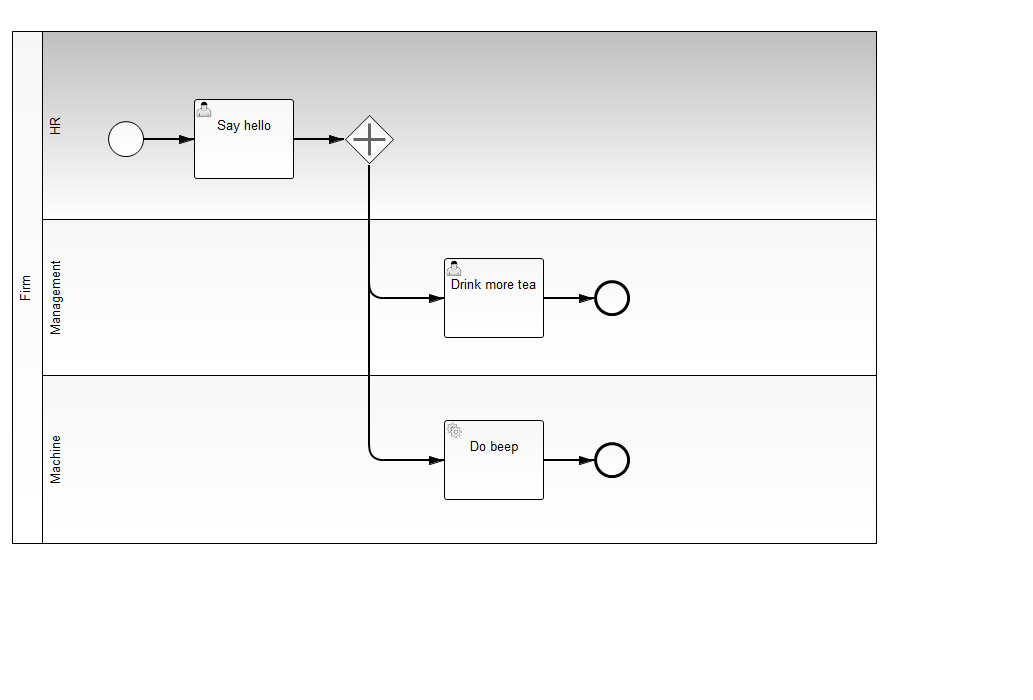
gheddie/camunda_bpm_test keeps this BPMN diagram as bpm-process-ref/src/main/resources/VerySimpleProcess.png. Above is the earlier version. Its source is kept beside it as bpm-process-ref/src/main/resources/VerySimpleProcess.bpmn. Ids are renumbered. Source of this version:
```xml
<bpmn2:definitions xmlns:xsi="http://www.w3.org/2001/XMLSchema-instance" xmlns:bpmn2="http://www.omg.org/spec/BPMN/20100524/MODEL" xmlns:bpmndi="http://www.omg.org/spec/BPMN/20100524/DI" xmlns:camunda="http://activiti.org/bpmn" xmlns:dc="http://www.omg.org/spec/DD/20100524/DC" xmlns:di="http://www.omg.org/spec/DD/20100524/DI" xsi:schemaLocation="http://www.omg.org/spec/BPMN/20100524/MODEL BPMN20.xsd" id="_J67wwKXKEeOsd9yv9G5jKQ" targetNamespace="http://activiti.org/bpmn">
  <bpmn2:collaboration id="_Collaboration_2">
    <bpmn2:participant id="_Participant_2" name="Firm" processRef="verySimpleProcess"/>
  </bpmn2:collaboration>
  <bpmn2:process id="verySimpleProcess" name="Very simple process" isExecutable="true">
    <bpmn2:laneSet id="LaneSet_1" name="Lane Set 1">
      <bpmn2:lane id="Lane_1" name="HR">
        <bpmn2:flowNodeRef>StartEvent_1</bpmn2:flowNodeRef>
        <bpmn2:flowNodeRef>UserTask_1</bpmn2:flowNodeRef>
        <bpmn2:flowNodeRef>ParallelGateway_1</bpmn2:flowNodeRef>
      </bpmn2:lane>
      <bpmn2:lane id="Lane_2" name="Management">
        <bpmn2:flowNodeRef>UserTask_2</bpmn2:flowNodeRef>
        <bpmn2:flowNodeRef>EndEvent_1</bpmn2:flowNodeRef>
      </bpmn2:lane>
      <bpmn2:lane id="Lane_3" name="Machine">
        <bpmn2:flowNodeRef>ServiceTask_2</bpmn2:flowNodeRef>
        <bpmn2:flowNodeRef>EndEvent_2</bpmn2:flowNodeRef>
      </bpmn2:lane>
    </bpmn2:laneSet>
    <bpmn2:startEvent id="StartEvent_1">
      <bpmn2:outgoing>SequenceFlow_1</bpmn2:outgoing>
    </bpmn2:startEvent>
    <bpmn2:userTask id="UserTask_1" camunda:candidateGroups="humanResources" name="Say hello">
      <bpmn2:incoming>SequenceFlow_1</bpmn2:incoming>
      <bpmn2:outgoing>SequenceFlow_3</bpmn2:outgoing>
    </bpmn2:userTask>
    <bpmn2:sequenceFlow id="SequenceFlow_1" name="" sourceRef="StartEvent_1" targetRef="UserTask_1"/>
    <bpmn2:parallelGateway id="ParallelGateway_1">
      <bpmn2:incoming>SequenceFlow_3</bpmn2:incoming>
      <bpmn2:outgoing>SequenceFlow_4</bpmn2:outgoing>
      <bpmn2:outgoing>SequenceFlow_5</bpmn2:outgoing>
    </bpmn2:parallelGateway>
    <bpmn2:sequenceFlow id="SequenceFlow_3" name="" sourceRef="UserTask_1" targetRef="ParallelGateway_1"/>
    <bpmn2:sequenceFlow id="SequenceFlow_4" name="" sourceRef="ParallelGateway_1" targetRef="ServiceTask_2"/>
    <bpmn2:serviceTask id="ServiceTask_2" camunda:class="de.gravitex.bpmtest.processref.delegate.BeepDelegate" name="Do beep">
      <bpmn2:incoming>SequenceFlow_4</bpmn2:incoming>
      <bpmn2:outgoing>SequenceFlow_2</bpmn2:outgoing>
    </bpmn2:serviceTask>
    <bpmn2:sequenceFlow id="SequenceFlow_5" name="" sourceRef="ParallelGateway_1" targetRef="UserTask_2"/>
    <bpmn2:userTask id="UserTask_2" camunda:candidateGroups="management" name="Drink more tea">
      <bpmn2:incoming>SequenceFlow_5</bpmn2:incoming>
      <bpmn2:outgoing>SequenceFlow_6</bpmn2:outgoing>
    </bpmn2:userTask>
    <bpmn2:endEvent id="EndEvent_1">
      <bpmn2:incoming>SequenceFlow_6</bpmn2:incoming>
    </bpmn2:endEvent>
    <bpmn2:sequenceFlow id="SequenceFlow_6" name="" sourceRef="UserTask_2" targetRef="EndEvent_1"/>
    <bpmn2:endEvent id="EndEvent_2">
      <bpmn2:incoming>SequenceFlow_2</bpmn2:incoming>
    </bpmn2:endEvent>
    <bpmn2:sequenceFlow id="SequenceFlow_2" name="" sourceRef="ServiceTask_2" targetRef="EndEvent_2"/>
  </bpmn2:process>
  <bpmndi:BPMNDiagram id="BPMNDiagram_1">
    <bpmndi:BPMNPlane id="BPMNPlane_1" bpmnElement="_Collaboration_2">
      <bpmndi:BPMNShape id="_BPMNShape_Participant_2" bpmnElement="_Participant_2" isHorizontal="true">
        <dc:Bounds height="513.0" width="865.0" x="12.0" y="0.0"/>
      </bpmndi:BPMNShape>
      <bpmndi:BPMNShape id="_BPMNShape_Lane_2" bpmnElement="Lane_1" isHorizontal="true">
        <dc:Bounds height="189.0" width="835.0" x="42.0" y="0.0"/>
      </bpmndi:BPMNShape>
      <bpmndi:BPMNShape id="_BPMNShape_Lane_3" bpmnElement="Lane_2" isHorizontal="true">
        <dc:Bounds height="157.0" width="835.0" x="42.0" y="188.0"/>
      </bpmndi:BPMNShape>
      <bpmndi:BPMNShape id="_BPMNShape_StartEvent_2" bpmnElement="StartEvent_1">
        <dc:Bounds height="36.0" width="36.0" x="108.0" y="90.0"/>
        <bpmndi:BPMNLabel>
          <dc:Bounds height="0.0" width="0.0" x="126.0" y="131.0"/>
        </bpmndi:BPMNLabel>
      </bpmndi:BPMNShape>
      <bpmndi:BPMNShape id="_BPMNShape_UserTask_2" bpmnElement="UserTask_1">
        <dc:Bounds height="80.0" width="100.0" x="194.0" y="68.0"/>
      </bpmndi:BPMNShape>
      <bpmndi:BPMNEdge id="BPMNEdge_SequenceFlow_1" bpmnElement="SequenceFlow_1" sourceElement="_BPMNShape_StartEvent_2" targetElement="_BPMNShape_UserTask_2">
        <di:waypoint xsi:type="dc:Point" x="144.0" y="108.0"/>
        <di:waypoint xsi:type="dc:Point" x="194.0" y="108.0"/>
        <bpmndi:BPMNLabel>
          <dc:Bounds height="6.0" width="6.0" x="166.0" y="108.0"/>
        </bpmndi:BPMNLabel>
      </bpmndi:BPMNEdge>
      <bpmndi:BPMNShape id="_BPMNShape_Lane_4" bpmnElement="Lane_3" isHorizontal="true">
        <dc:Bounds height="169.0" width="835.0" x="42.0" y="344.0"/>
      </bpmndi:BPMNShape>
      <bpmndi:BPMNShape id="_BPMNShape_ParallelGateway_2" bpmnElement="ParallelGateway_1">
        <dc:Bounds height="50.0" width="50.0" x="344.0" y="83.0"/>
      </bpmndi:BPMNShape>
      <bpmndi:BPMNEdge id="BPMNEdge_SequenceFlow_3" bpmnElement="SequenceFlow_3" sourceElement="_BPMNShape_UserTask_2" targetElement="_BPMNShape_ParallelGateway_2">
        <di:waypoint xsi:type="dc:Point" x="294.0" y="108.0"/>
        <di:waypoint xsi:type="dc:Point" x="344.0" y="108.0"/>
      </bpmndi:BPMNEdge>
      <bpmndi:BPMNShape id="_BPMNShape_ServiceTask_3" bpmnElement="ServiceTask_2">
        <dc:Bounds height="80.0" width="100.0" x="444.0" y="389.0"/>
      </bpmndi:BPMNShape>
      <bpmndi:BPMNEdge id="BPMNEdge_SequenceFlow_4" bpmnElement="SequenceFlow_4" sourceElement="_BPMNShape_ParallelGateway_2" targetElement="_BPMNShape_ServiceTask_3">
        <di:waypoint xsi:type="dc:Point" x="369.0" y="133.0"/>
        <di:waypoint xsi:type="dc:Point" x="369.0" y="429.0"/>
        <di:waypoint xsi:type="dc:Point" x="444.0" y="429.0"/>
        <bpmndi:BPMNLabel>
          <dc:Bounds height="6.0" width="6.0" x="366.0" y="158.0"/>
        </bpmndi:BPMNLabel>
      </bpmndi:BPMNEdge>
      <bpmndi:BPMNShape id="_BPMNShape_UserTask_3" bpmnElement="UserTask_2">
        <dc:Bounds height="80.0" width="100.0" x="444.0" y="227.0"/>
      </bpmndi:BPMNShape>
      <bpmndi:BPMNEdge id="BPMNEdge_SequenceFlow_5" bpmnElement="SequenceFlow_5" sourceElement="_BPMNShape_ParallelGateway_2" targetElement="_BPMNShape_UserTask_3">
        <di:waypoint xsi:type="dc:Point" x="369.0" y="133.0"/>
        <di:waypoint xsi:type="dc:Point" x="369.0" y="267.0"/>
        <di:waypoint xsi:type="dc:Point" x="444.0" y="267.0"/>
        <bpmndi:BPMNLabel>
          <dc:Bounds height="6.0" width="6.0" x="366.0" y="158.0"/>
        </bpmndi:BPMNLabel>
      </bpmndi:BPMNEdge>
      <bpmndi:BPMNShape id="_BPMNShape_EndEvent_2" bpmnElement="EndEvent_1">
        <dc:Bounds height="36.0" width="36.0" x="594.0" y="249.0"/>
      </bpmndi:BPMNShape>
      <bpmndi:BPMNEdge id="BPMNEdge_SequenceFlow_6" bpmnElement="SequenceFlow_6" sourceElement="_BPMNShape_UserTask_3" targetElement="_BPMNShape_EndEvent_2">
        <di:waypoint xsi:type="dc:Point" x="544.0" y="267.0"/>
        <di:waypoint xsi:type="dc:Point" x="594.0" y="267.0"/>
      </bpmndi:BPMNEdge>
      <bpmndi:BPMNShape id="_BPMNShape_EndEvent_7" bpmnElement="EndEvent_2">
        <dc:Bounds height="36.0" width="36.0" x="594.0" y="411.0"/>
      </bpmndi:BPMNShape>
      <bpmndi:BPMNEdge id="BPMNEdge_SequenceFlow_2" bpmnElement="SequenceFlow_2" sourceElement="_BPMNShape_ServiceTask_3" targetElement="_BPMNShape_EndEvent_7">
        <di:waypoint xsi:type="dc:Point" x="544.0" y="429.0"/>
        <di:waypoint xsi:type="dc:Point" x="594.0" y="429.0"/>
      </bpmndi:BPMNEdge>
    </bpmndi:BPMNPlane>
  </bpmndi:BPMNDiagram>
</bpmn2:definitions>
```
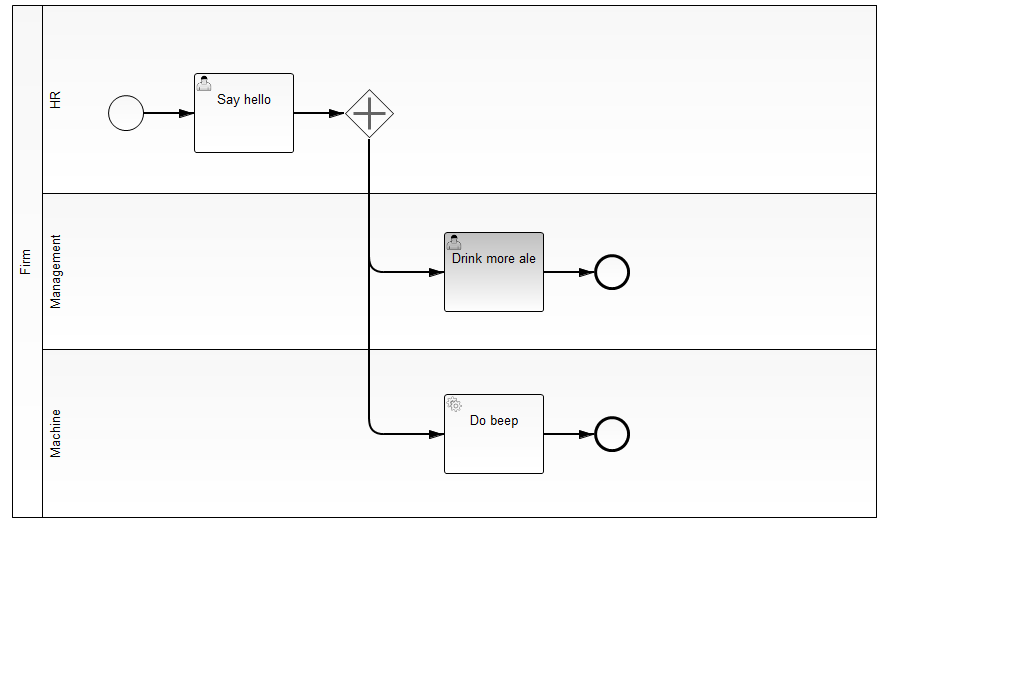
Later version of the same file.

Change to the diagram source:
```diff
@@ -38,7 +38,7 @@
       <bpmn2:outgoing>SequenceFlow_2</bpmn2:outgoing>
     </bpmn2:serviceTask>
     <bpmn2:sequenceFlow id="SequenceFlow_5" name="" sourceRef="ParallelGateway_1" targetRef="UserTask_2"/>
-    <bpmn2:userTask id="UserTask_2" camunda:candidateGroups="management" name="Drink more tea">
+    <bpmn2:userTask id="UserTask_2" camunda:candidateGroups="management" name="Drink more ale">
       <bpmn2:incoming>SequenceFlow_5</bpmn2:incoming>
       <bpmn2:outgoing>SequenceFlow_6</bpmn2:outgoing>
     </bpmn2:userTask>
```
